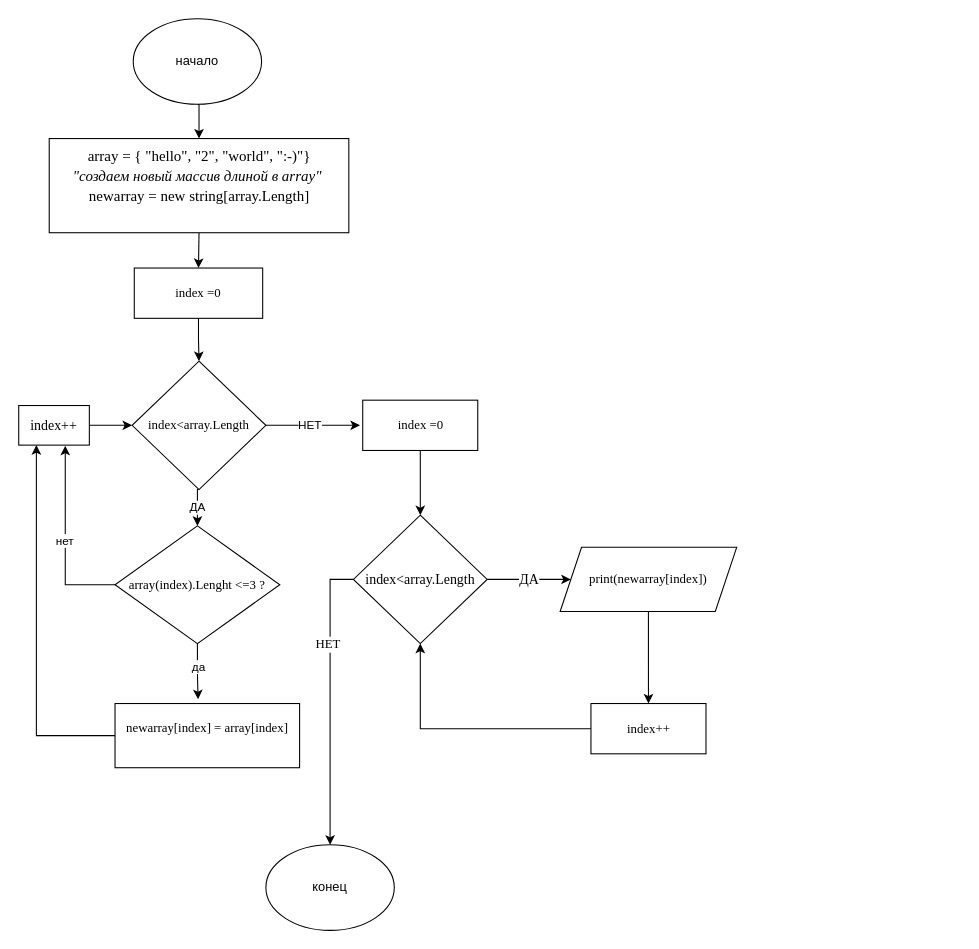
Before: алгоритм/алгоритм.drawio in vit21513/Test_training_-ourse_Developer, a draw.io diagram. Source tidied: cells renumbered, new cells numbered last; positions are measured from the earlier drawing's top-left corner, leaving out a move shared by most shapes. Both pictures are drawn from the tidied source at 107%, with x=0, y=0 at pixel (18, 18).
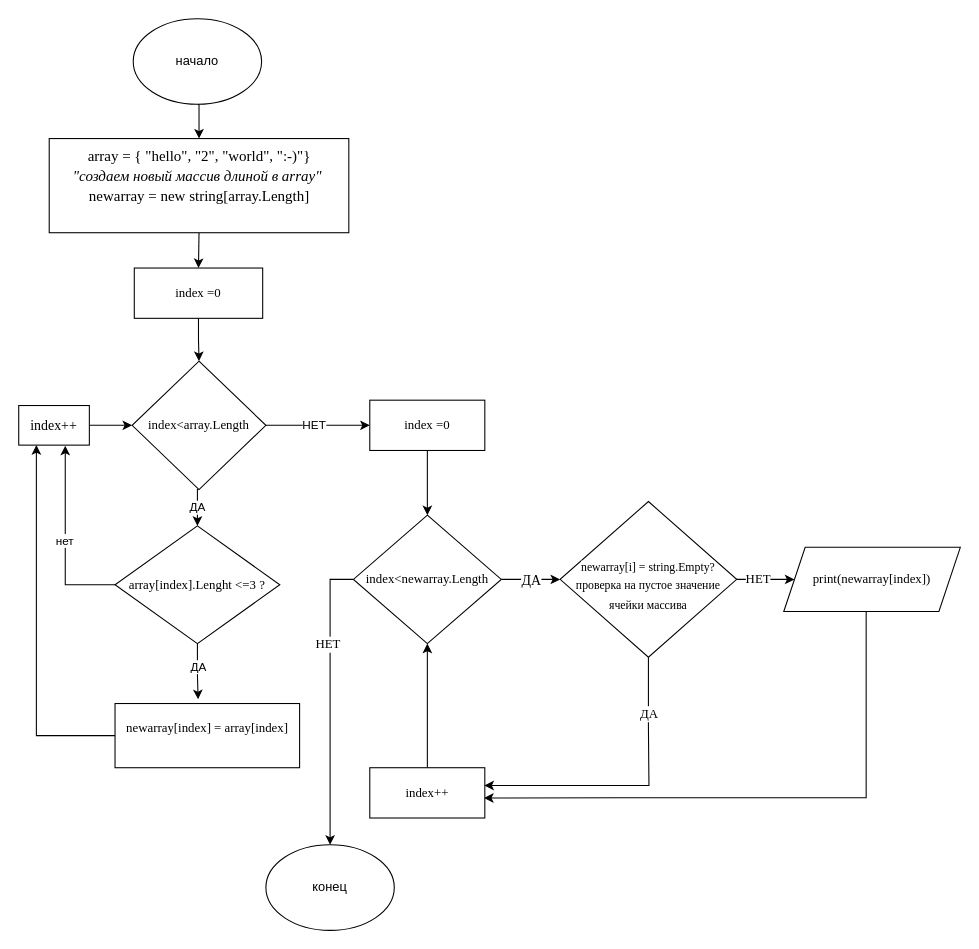
Above is the later version.

The change refers to these unchanged cells:
```xml
<mxCell id="10" value="&lt;font face=&quot;Times New Roman&quot; style=&quot;font-size: 12px;&quot;&gt;&lt;font style=&quot;vertical-align: inherit; font-size: 12px;&quot;&gt;&lt;font style=&quot;vertical-align: inherit; font-size: 12px;&quot;&gt;index&amp;lt;&lt;/font&gt;&lt;/font&gt;&lt;span style=&quot;background-color: rgb(255, 255, 255);&quot;&gt;array.Length&lt;/span&gt;&lt;/font&gt;" style="rhombus;whiteSpace=wrap;html=1;" parent="1" vertex="1">
  <mxGeometry x="106" y="320" width="125" height="120" as="geometry" />
</mxCell>
<mxCell id="15" style="edgeStyle=orthogonalEdgeStyle;rounded=0;jettySize=auto;html=1;exitX=0.5;exitY=1;exitDx=0;exitDy=0;entryX=0.45;entryY=-0.067;entryDx=0;entryDy=0;entryPerimeter=0;" parent="1" edge="1" source="18" target="20">
  <mxGeometry relative="1" as="geometry" />
</mxCell>
```

Diff of the diagram source:
```diff
@@
     <mxCell id="9" value="ДА" style="edgeStyle=orthogonalEdgeStyle;rounded=0;jettySize=auto;html=1;exitX=0.5;exitY=1;exitDx=0;exitDy=0;entryX=0.5;entryY=0;entryDx=0;entryDy=0;" parent="1" edge="1" source="10" target="18">
-      <mxGeometry relative="1" as="geometry" />
+      <mxGeometry relative="1" as="geometry">
+        <Array as="points">
+          <mxPoint x="167" y="440" />
+        </Array>
+      </mxGeometry>
     </mxCell>
@@
-    <mxCell id="11" style="edgeStyle=orthogonalEdgeStyle;rounded=0;jettySize=auto;html=1;exitX=0.5;exitY=1;exitDx=0;exitDy=0;entryX=0.5;entryY=0;entryDx=0;entryDy=0;" parent="1" edge="1" source="12" target="30">
-      <mxGeometry relative="1" as="geometry" />
+    <mxCell id="11" style="edgeStyle=orthogonalEdgeStyle;rounded=0;jettySize=auto;html=1;entryX=0.993;entryY=0.602;entryDx=0;entryDy=0;entryPerimeter=0;fontFamily=Times New Roman;fontSize=12;fontColor=#000000;" parent="1" edge="1" source="12" target="30">
+      <mxGeometry relative="1" as="geometry">
+        <Array as="points">
+          <mxPoint x="792" y="728" />
+          <mxPoint x="561" y="728" />
+        </Array>
+      </mxGeometry>
     </mxCell>
     <mxCell id="12" value="&lt;font face=&quot;Times New Roman&quot;&gt;print(newarray[index])&lt;/font&gt;&lt;br&gt;" style="shape=parallelogram;perimeter=parallelogramPerimeter;whiteSpace=wrap;html=1;fixedSize=1;" parent="1" vertex="1">
-      <mxGeometry x="506" y="494" width="165" height="60" as="geometry" />
+      <mxGeometry x="715" y="494" width="165" height="60" as="geometry" />
     </mxCell>
-    <mxCell id="13" style="endArrow=classic;html=1;rounded=0;exitX=1;exitY=0.5;exitDx=0;exitDy=0;" parent="1" edge="1" source="10">
-      <mxGeometry relative="1" as="geometry">
-        <mxPoint x="319" y="380" as="targetPoint" />
-      </mxGeometry>
+    <mxCell id="13" style="endArrow=classic;html=1;rounded=0;exitX=1;exitY=0.5;exitDx=0;exitDy=0;entryX=0;entryY=0.5;entryDx=0;entryDy=0;" parent="1" edge="1" source="10" target="28">
+      <mxGeometry relative="1" as="geometry" />
     </mxCell>
@@
-    <mxCell id="16" value="да" style="edgeLabel;html=1;align=center;verticalAlign=middle;" parent="15" vertex="1">
+    <mxCell id="16" value="ДА" style="edgeLabel;html=1;align=center;verticalAlign=middle;" parent="15" vertex="1">
       <mxGeometry x="-0.22" relative="1" as="geometry" />
     </mxCell>
@@
-    <mxCell id="18" value="&lt;font face=&quot;Times New Roman&quot;&gt;array(index).Lenght &amp;lt;=3 ?&lt;/font&gt;" style="rhombus;whiteSpace=wrap;html=1;" parent="1" vertex="1">
+    <mxCell id="18" value="&lt;font face=&quot;Times New Roman&quot;&gt;array[index].Lenght &amp;lt;=3 ?&lt;/font&gt;" style="rhombus;whiteSpace=wrap;html=1;" parent="1" vertex="1">
       <mxGeometry x="90" y="474" width="154" height="110" as="geometry" />
     </mxCell>
@@
-    <mxCell id="23" value="ДА" style="edgeStyle=orthogonalEdgeStyle;rounded=0;jettySize=auto;html=1;entryX=0;entryY=0.5;entryDx=0;entryDy=0;fontFamily=Times New Roman;fontSize=13;fontColor=#000000;" parent="1" edge="1" source="26" target="12">
-      <mxGeometry relative="1" as="geometry" />
+    <mxCell id="23" value="ДА" style="edgeStyle=orthogonalEdgeStyle;rounded=0;jettySize=auto;html=1;fontFamily=Times New Roman;fontSize=13;fontColor=#000000;" parent="1" edge="1" source="26">
+      <mxGeometry relative="1" as="geometry">
+        <mxPoint x="506" y="524" as="targetPoint" />
+      </mxGeometry>
     </mxCell>
@@
-    <mxCell id="26" value="&lt;font face=&quot;Times New Roman&quot; style=&quot;font-size: 13px;&quot;&gt;&lt;font style=&quot;vertical-align: inherit; font-size: 13px;&quot;&gt;&lt;font style=&quot;vertical-align: inherit; font-size: 13px;&quot;&gt;index&amp;lt;&lt;/font&gt;&lt;/font&gt;&lt;span style=&quot;background-color: rgb(255, 255, 255);&quot;&gt;array.Length&lt;/span&gt;&lt;/font&gt;" style="rhombus;whiteSpace=wrap;html=1;" parent="1" vertex="1">
-      <mxGeometry x="312.8" y="464" width="125" height="120" as="geometry" />
+    <mxCell id="26" value="&lt;font face=&quot;Times New Roman&quot; style=&quot;font-size: 12px;&quot;&gt;&lt;font style=&quot;vertical-align: inherit; font-size: 12px;&quot;&gt;&lt;font style=&quot;vertical-align: inherit; font-size: 12px;&quot;&gt;index&amp;lt;new&lt;/font&gt;&lt;/font&gt;&lt;span style=&quot;background-color: rgb(255, 255, 255);&quot;&gt;array.Length&lt;/span&gt;&lt;/font&gt;" style="rhombus;whiteSpace=wrap;html=1;" parent="1" vertex="1">
+      <mxGeometry x="312.8" y="464" width="138.2" height="120" as="geometry" />
     </mxCell>
@@
     <mxCell id="28" value="&lt;font face=&quot;Times New Roman&quot;&gt;index =0&lt;/font&gt;&lt;br&gt;" style="rounded=0;whiteSpace=wrap;html=1;" parent="1" vertex="1">
-      <mxGeometry x="321.5" y="356.5" width="107.5" height="47" as="geometry" />
+      <mxGeometry x="328.1" y="356.5" width="107.5" height="47" as="geometry" />
     </mxCell>
@@
     <mxCell id="30" value="&lt;font face=&quot;Times New Roman&quot;&gt;index++&lt;/font&gt;&lt;br&gt;" style="rounded=0;whiteSpace=wrap;html=1;" parent="1" vertex="1">
-      <mxGeometry x="534.8" y="640" width="107.5" height="47" as="geometry" />
+      <mxGeometry x="328.1" y="700" width="107.5" height="47" as="geometry" />
     </mxCell>
+    <mxCell id="31" style="edgeStyle=orthogonalEdgeStyle;rounded=0;jettySize=auto;html=1;fontFamily=Times New Roman;fontSize=12;fontColor=#000000;" parent="1" edge="1" source="35" target="12">
+      <mxGeometry relative="1" as="geometry" />
+    </mxCell>
+    <mxCell id="32" value="НЕТ" style="edgeLabel;html=1;align=center;verticalAlign=middle;fontSize=12;fontFamily=Times New Roman;fontColor=#000000;" parent="31" vertex="1">
+      <mxGeometry x="-0.26" y="1" relative="1" as="geometry" />
+    </mxCell>
+    <mxCell id="33" style="edgeStyle=orthogonalEdgeStyle;rounded=0;jettySize=auto;html=1;fontFamily=Times New Roman;fontSize=12;fontColor=#000000;entryX=0.996;entryY=0.353;entryDx=0;entryDy=0;entryPerimeter=0;" parent="1" edge="1" source="35" target="30">
+      <mxGeometry relative="1" as="geometry">
+        <Array as="points">
+          <mxPoint x="589" y="662" />
+          <mxPoint x="589" y="662" />
+          <mxPoint x="589" y="717" />
+        </Array>
+      </mxGeometry>
+    </mxCell>
+    <mxCell id="34" value="ДА" style="edgeLabel;html=1;align=center;verticalAlign=middle;fontSize=12;fontFamily=Times New Roman;fontColor=#000000;" parent="33" vertex="1">
+      <mxGeometry x="-0.17" y="2" relative="1" as="geometry">
+        <mxPoint x="-2" y="-61" as="offset" />
+      </mxGeometry>
+    </mxCell>
+    <mxCell id="35" value="&lt;font style=&quot;font-size: 11px;&quot;&gt;&lt;span style=&quot;font-family: &amp;quot;Times New Roman&amp;quot;; background-color: rgb(255, 255, 255);&quot;&gt;&lt;br&gt;newarray[i] = string.Empty?&lt;/span&gt;&lt;br&gt;&lt;/font&gt;&lt;div style=&quot;line-height: 19px; font-size: 11px;&quot;&gt;&lt;span style=&quot;background-color: rgb(255, 255, 255);&quot;&gt;&lt;font style=&quot;font-size: 11px;&quot; face=&quot;Times New Roman&quot;&gt;проверка на пустое значение ячейки массива&lt;/font&gt;&lt;/span&gt;&lt;/div&gt;" style="rhombus;whiteSpace=wrap;html=1;align=center;" parent="1" vertex="1">
+      <mxGeometry x="506" y="451.2" width="165" height="145.5" as="geometry" />
+    </mxCell>
```
